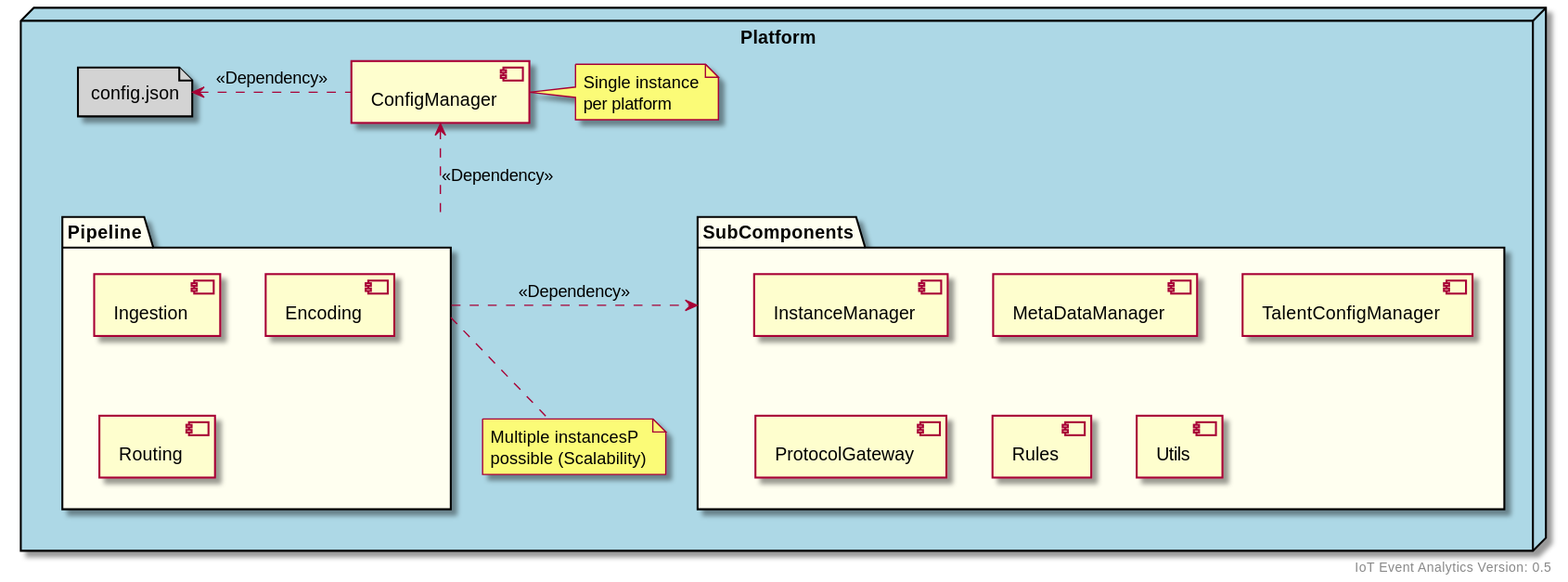
The PlantUML diagram docs/topics/assets/plantuml/components_platform.svg in COVESA/iot-event-analytics, before a commit. Its diagram source:
```plantuml
@startuml
    skinparam backgroundColor #FFFFF

    top to bottom direction

    right footer "IoT Event Analytics Version: 0.5"

    node Platform #LightBlue {
        package Pipeline #Ivory {
            component Ingestion
            component Encoding
            component Routing
        }

        note bottom of Pipeline
            Multiple instancesP
            possible (Scalability)
        endnote

        component ConfigManager
        file "config.json" as ConfigJson #LightGray
        ConfigManager .left.> ConfigJson: <<Dependency>>

        note right of ConfigManager
            Single instance
            per platform
        endnote

        Pipeline .up.> ConfigManager: <<Dependency>>

        package SubComponents #Ivory {
            component InstanceManager
            component MetaDataManager
            component TalentConfigManager
            component ProtocolGateway
            component Rules
            component Utils
        }
        Pipeline .left.> SubComponents: <<Dependency>>
    }

@enduml
```
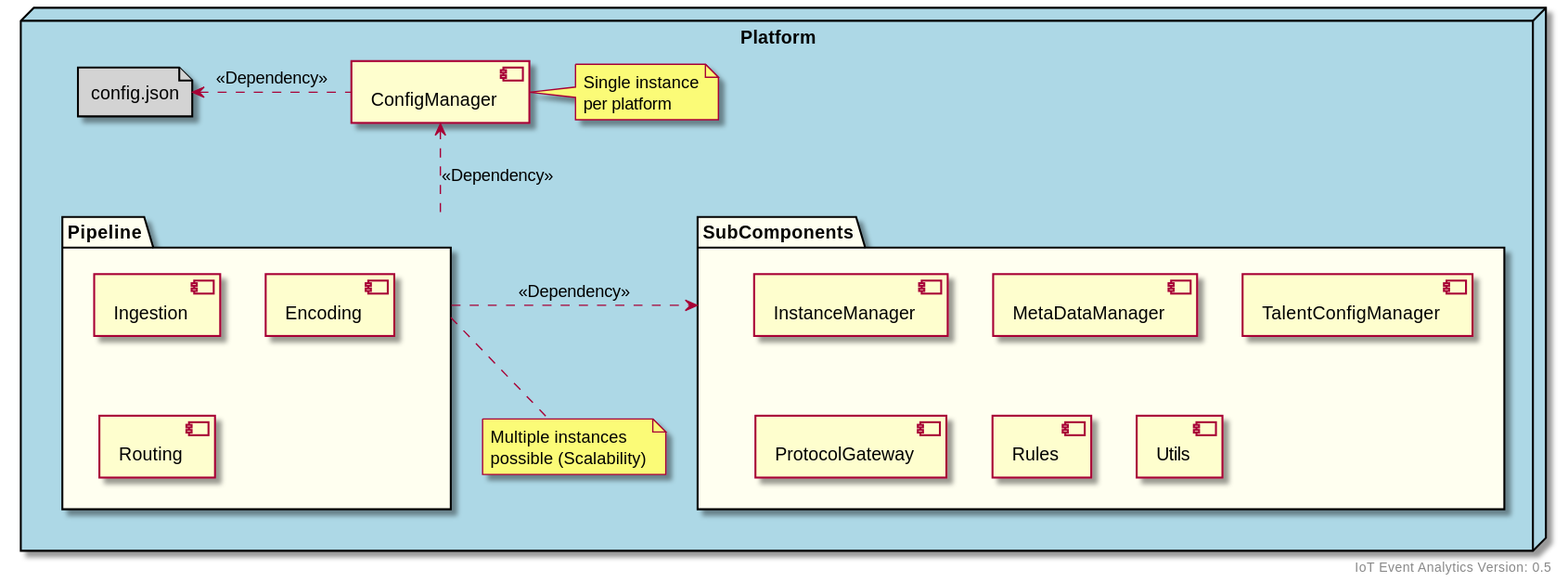
The same file after the commit.

Diff of the diagram source:
```diff
@@ -13,7 +13,7 @@
         }
 
         note bottom of Pipeline
-            Multiple instancesP
+            Multiple instances
             possible (Scalability)
         endnote
 
```
